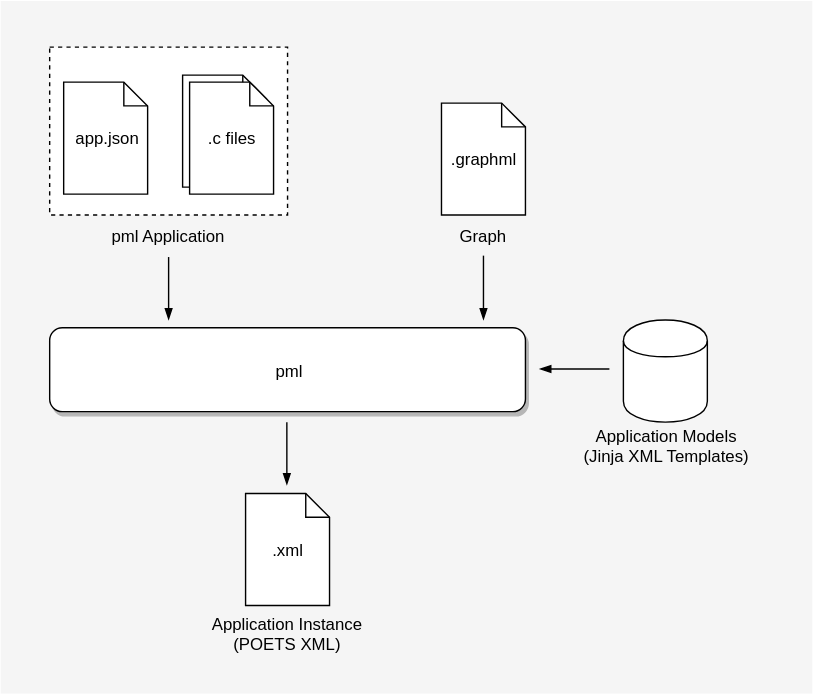
The draw.io diagram svg/overview.svg in POETSII/pml, before a commit. Source tidied: cells renumbered, new cells last; positions are measured from the earlier drawing's top-left corner, leaving out a move shared by most shapes. Source of this version:
```xml
<mxGraphModel background="#ffffff">
  <root>
    <mxCell id="0" />
    <mxCell id="1" parent="0" />
    <mxCell id="2" style="rounded=0;whiteSpace=wrap;html=1;fontFamily=Helvetica;fillColor=#f5f5f5;strokeColor=none;" parent="1" vertex="1">
      <mxGeometry width="580" height="495" as="geometry" />
    </mxCell>
    <mxCell id="3" style="group;" parent="1" vertex="1">
      <mxGeometry x="35" y="33" width="510" height="429" as="geometry" />
    </mxCell>
    <mxCell id="4" value="pml" style="rounded=1;whiteSpace=wrap;html=1;fontFamily=Helvetica;fillColor=#ffffff;strokeColor=#000000;strokeWidth=1;shadow=1;comic=0;glass=0;" parent="3" vertex="1">
      <mxGeometry y="200.5" width="340" height="60" as="geometry" />
    </mxCell>
    <mxCell id="5" style="group;" parent="3" vertex="1">
      <mxGeometry x="370" y="195" width="140" height="100" as="geometry" />
    </mxCell>
    <mxCell id="6" style="shape=cylinder;whiteSpace=wrap;html=1;boundedLbl=1;fontFamily=Helvetica;" parent="5" vertex="1">
      <mxGeometry x="40" width="60" height="73" as="geometry" />
    </mxCell>
    <mxCell id="7" value="Application Models&lt;br&gt;(Jinja XML Templates)&lt;br&gt;" style="text;html=1;strokeColor=none;fillColor=none;align=center;verticalAlign=middle;whiteSpace=wrap;rounded=0;dashed=1;fontFamily=Helvetica;" parent="5" vertex="1">
      <mxGeometry y="80" width="140" height="20" as="geometry" />
    </mxCell>
    <mxCell id="8" style="group;" parent="3" vertex="1">
      <mxGeometry x="280" y="40" width="60" height="105" as="geometry" />
    </mxCell>
    <mxCell id="9" value=".graphml" style="shape=note;whiteSpace=wrap;html=1;fontFamily=Helvetica;size=17;" parent="8" vertex="1">
      <mxGeometry width="60" height="80" as="geometry" />
    </mxCell>
    <mxCell id="10" value="Graph" style="text;html=1;strokeColor=none;fillColor=none;align=center;verticalAlign=middle;whiteSpace=wrap;rounded=0;dashed=1;fontFamily=Helvetica;" parent="8" vertex="1">
      <mxGeometry y="85" width="60" height="20" as="geometry" />
    </mxCell>
    <mxCell id="11" style="group;" parent="3" vertex="1">
      <mxGeometry width="170" height="145" as="geometry" />
    </mxCell>
    <mxCell id="12" style="whiteSpace=wrap;html=1;dashed=1;shadow=0;" parent="11" vertex="1">
      <mxGeometry width="170" height="120" as="geometry" />
    </mxCell>
    <mxCell id="13" style="shape=note;whiteSpace=wrap;html=1;fontFamily=Helvetica;size=17;" parent="11" vertex="1">
      <mxGeometry x="95" y="20" width="60" height="80" as="geometry" />
    </mxCell>
    <mxCell id="14" value="app.json" style="shape=note;whiteSpace=wrap;html=1;fontFamily=Helvetica;size=17;" parent="11" vertex="1">
      <mxGeometry x="10" y="25" width="60" height="80" as="geometry" />
    </mxCell>
    <mxCell id="15" value=".c files" style="shape=note;whiteSpace=wrap;html=1;fontFamily=Helvetica;size=17;" parent="11" vertex="1">
      <mxGeometry x="100" y="25" width="60" height="80" as="geometry" />
    </mxCell>
    <mxCell id="16" value="pml Application" style="text;html=1;strokeColor=none;fillColor=none;align=center;verticalAlign=middle;whiteSpace=wrap;rounded=0;dashed=1;fontFamily=Helvetica;" parent="11" vertex="1">
      <mxGeometry y="125" width="170" height="20" as="geometry" />
    </mxCell>
    <mxCell id="17" style="group;" parent="3" vertex="1">
      <mxGeometry x="110" y="319" width="120" height="110" as="geometry" />
    </mxCell>
    <mxCell id="18" value=".xml" style="shape=note;whiteSpace=wrap;html=1;fontFamily=Helvetica;size=17;" parent="17" vertex="1">
      <mxGeometry x="30" width="60" height="80" as="geometry" />
    </mxCell>
    <mxCell id="19" value="Application Instance&lt;br&gt;(POETS XML)&lt;br&gt;" style="text;html=1;strokeColor=none;fillColor=none;align=center;verticalAlign=middle;whiteSpace=wrap;rounded=0;dashed=1;fontFamily=Helvetica;" parent="17" vertex="1">
      <mxGeometry y="90" width="120" height="20" as="geometry" />
    </mxCell>
    <mxCell id="20" style="endArrow=blockThin;html=1;fontFamily=Helvetica;endFill=1;" parent="3" edge="1">
      <mxGeometry relative="1" as="geometry">
        <mxPoint x="85" y="150" as="sourcePoint" />
        <mxPoint x="85" y="195" as="targetPoint" />
      </mxGeometry>
    </mxCell>
    <mxCell id="21" style="endArrow=blockThin;html=1;fontFamily=Helvetica;endFill=1;" parent="3" edge="1">
      <mxGeometry relative="1" as="geometry">
        <mxPoint x="310" y="149" as="sourcePoint" />
        <mxPoint x="310" y="195" as="targetPoint" />
      </mxGeometry>
    </mxCell>
    <mxCell id="22" style="endArrow=blockThin;html=1;fontFamily=Helvetica;endFill=1;" parent="3" edge="1">
      <mxGeometry relative="1" as="geometry">
        <mxPoint x="169.5" y="268" as="sourcePoint" />
        <mxPoint x="169.5" y="313" as="targetPoint" />
      </mxGeometry>
    </mxCell>
    <mxCell id="23" style="endArrow=blockThin;html=1;fontFamily=Helvetica;endFill=1;" parent="3" edge="1">
      <mxGeometry relative="1" as="geometry">
        <mxPoint x="400" y="230" as="sourcePoint" />
        <mxPoint x="350" y="230" as="targetPoint" />
      </mxGeometry>
    </mxCell>
  </root>
</mxGraphModel>
```
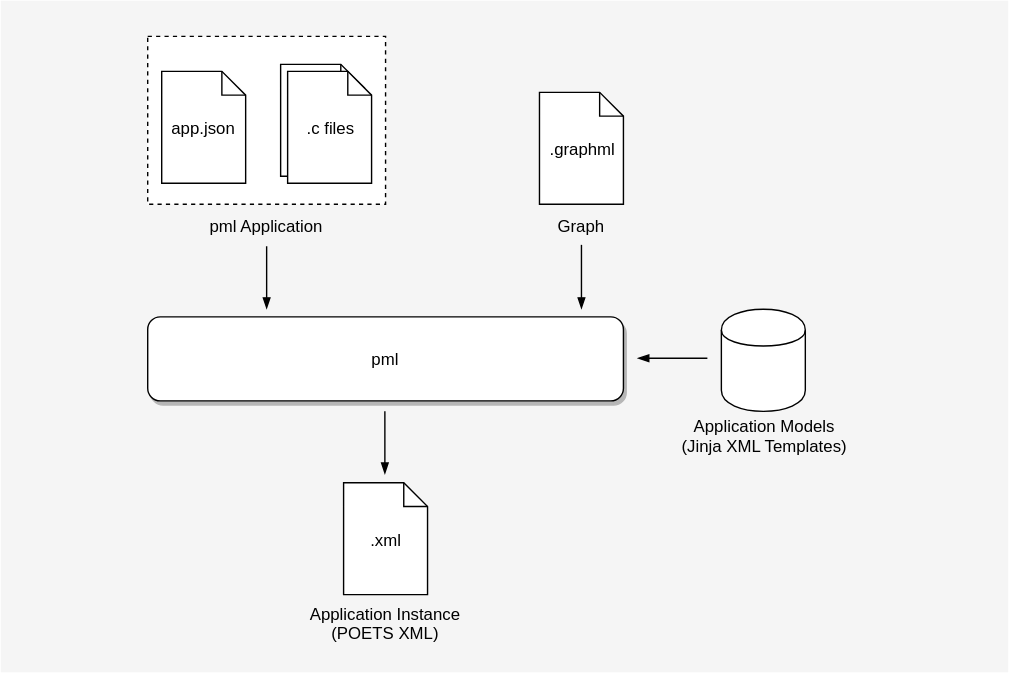
After the commit.

Diff of the diagram source:
```diff
@@ -1,12 +1,12 @@
-<mxGraphModel background="#ffffff">
+<mxGraphModel>
   <root>
     <mxCell id="0" />
     <mxCell id="1" parent="0" />
     <mxCell id="2" style="rounded=0;whiteSpace=wrap;html=1;fontFamily=Helvetica;fillColor=#f5f5f5;strokeColor=none;" parent="1" vertex="1">
-      <mxGeometry width="580" height="495" as="geometry" />
+      <mxGeometry x="-100" y="-15" width="720" height="480" as="geometry" />
     </mxCell>
     <mxCell id="3" style="group;" parent="1" vertex="1">
-      <mxGeometry x="35" y="33" width="510" height="429" as="geometry" />
+      <mxGeometry x="5" y="10.5" width="510" height="429" as="geometry" />
     </mxCell>
     <mxCell id="4" value="pml" style="rounded=1;whiteSpace=wrap;html=1;fontFamily=Helvetica;fillColor=#ffffff;strokeColor=#000000;strokeWidth=1;shadow=1;comic=0;glass=0;" parent="3" vertex="1">
       <mxGeometry y="200.5" width="340" height="60" as="geometry" />
```
